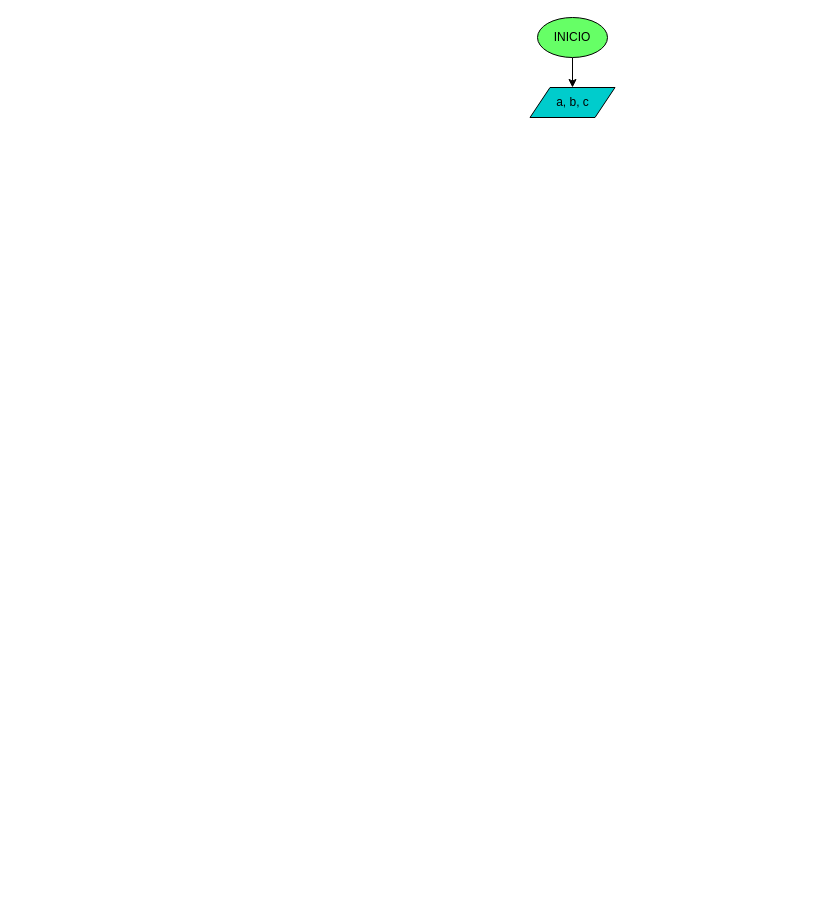
Before: diagrama.drawio in sistemas-colegio-guanenta/quiz-condicionales-3ngela27, a draw.io diagram. Source tidied: cells renumbered, new cells numbered last; positions are measured from the earlier drawing's top-left corner, leaving out a move shared by most shapes. Both pictures are drawn from the tidied source at 100%, with x=0, y=0 at pixel (529, 17).
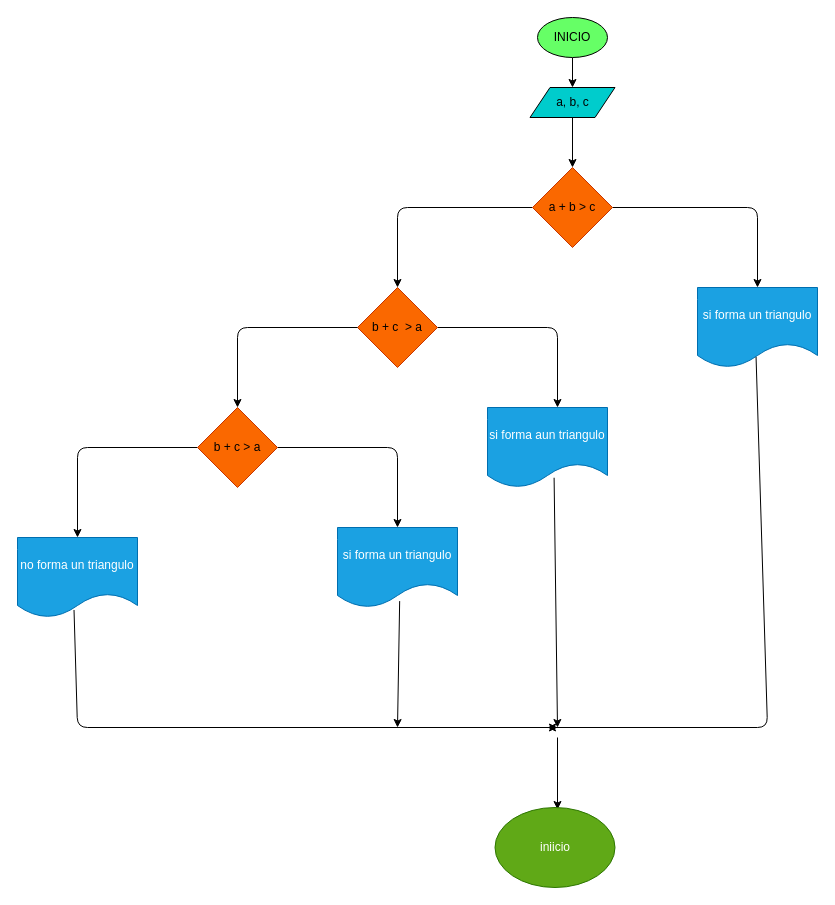
Above is the later version.

Unchanged cells that the change refers to:
```xml
<mxCell id="4" value="a, b, c" style="shape=parallelogram;perimeter=parallelogramPerimeter;whiteSpace=wrap;html=1;fixedSize=1;fillColor=#00CCCC;" parent="1" vertex="1">
  <mxGeometry x="0.5" y="70" width="85" height="30" as="geometry" />
</mxCell>
```

What changed in the source:
```diff
@@
+    <mxCell id="5" style="endArrow=classic;html=1;exitX=0.5;exitY=1;exitDx=0;exitDy=0;" parent="1" edge="1" source="4">
+      <mxGeometry relative="1" as="geometry">
+        <mxPoint x="43" y="150" as="targetPoint" />
+      </mxGeometry>
+    </mxCell>
+    <mxCell id="6" style="edgeStyle=none;html=1;exitX=0;exitY=0.5;exitDx=0;exitDy=0;" parent="1" edge="1" source="8">
+      <mxGeometry relative="1" as="geometry">
+        <mxPoint x="-132" y="270" as="targetPoint" />
+        <Array as="points">
+          <mxPoint x="-132" y="190" />
+        </Array>
+      </mxGeometry>
+    </mxCell>
+    <mxCell id="7" style="edgeStyle=none;html=1;exitX=1;exitY=0.5;exitDx=0;exitDy=0;" parent="1" edge="1" source="8">
+      <mxGeometry relative="1" as="geometry">
+        <mxPoint x="228" y="270" as="targetPoint" />
+        <Array as="points">
+          <mxPoint x="228" y="190" />
+        </Array>
+      </mxGeometry>
+    </mxCell>
+    <mxCell id="8" value="a + b &amp;gt; c" style="rhombus;whiteSpace=wrap;html=1;fillColor=#fa6800;fontColor=#000000;strokeColor=#C73500;" parent="1" vertex="1">
+      <mxGeometry x="3" y="150" width="80" height="80" as="geometry" />
+    </mxCell>
+    <mxCell id="9" value="si forma un triangulo" style="shape=document;whiteSpace=wrap;html=1;boundedLbl=1;fillColor=#1ba1e2;fontColor=#ffffff;strokeColor=#006EAF;" parent="1" vertex="1">
+      <mxGeometry x="168" y="270" width="120" height="80" as="geometry" />
+    </mxCell>
+    <mxCell id="10" style="edgeStyle=none;html=1;exitX=1;exitY=0.5;exitDx=0;exitDy=0;" parent="1" edge="1" source="11">
+      <mxGeometry relative="1" as="geometry">
+        <mxPoint x="28" y="390" as="targetPoint" />
+        <Array as="points">
+          <mxPoint x="28" y="310" />
+        </Array>
+      </mxGeometry>
+    </mxCell>
+    <mxCell id="11" value="b + c&amp;nbsp; &amp;gt; a" style="rhombus;whiteSpace=wrap;html=1;fillColor=#fa6800;fontColor=#000000;strokeColor=#C73500;" parent="1" vertex="1">
+      <mxGeometry x="-172" y="270" width="80" height="80" as="geometry" />
+    </mxCell>
+    <mxCell id="12" style="edgeStyle=none;html=1;exitX=0;exitY=0.5;exitDx=0;exitDy=0;" parent="1" edge="1">
+      <mxGeometry relative="1" as="geometry">
+        <mxPoint x="-172" y="310" as="sourcePoint" />
+        <mxPoint x="-292" y="390" as="targetPoint" />
+        <Array as="points">
+          <mxPoint x="-292" y="310" />
+        </Array>
+      </mxGeometry>
+    </mxCell>
+    <mxCell id="13" value="si forma aun triangulo" style="shape=document;whiteSpace=wrap;html=1;boundedLbl=1;fillColor=#1ba1e2;fontColor=#ffffff;strokeColor=#006EAF;" parent="1" vertex="1">
+      <mxGeometry x="-42" y="390" width="120" height="80" as="geometry" />
+    </mxCell>
+    <mxCell id="14" style="endArrow=classic;html=1;exitX=0.488;exitY=0.867;exitDx=0;exitDy=0;exitPerimeter=0;" parent="1" edge="1" source="9">
+      <mxGeometry relative="1" as="geometry">
+        <mxPoint x="18" y="710" as="targetPoint" />
+        <Array as="points">
+          <mxPoint x="238" y="710" />
+        </Array>
+      </mxGeometry>
+    </mxCell>
+    <mxCell id="15" style="edgeStyle=none;html=1;exitX=0;exitY=0.5;exitDx=0;exitDy=0;" parent="1" edge="1" source="17">
+      <mxGeometry relative="1" as="geometry">
+        <mxPoint x="-452" y="520" as="targetPoint" />
+        <Array as="points">
+          <mxPoint x="-452" y="430" />
+        </Array>
+      </mxGeometry>
+    </mxCell>
+    <mxCell id="16" style="edgeStyle=none;html=1;exitX=1;exitY=0.5;exitDx=0;exitDy=0;" parent="1" edge="1" source="17">
+      <mxGeometry relative="1" as="geometry">
+        <mxPoint x="-132" y="510" as="targetPoint" />
+        <Array as="points">
+          <mxPoint x="-132" y="430" />
+        </Array>
+      </mxGeometry>
+    </mxCell>
+    <mxCell id="17" value="b + c &amp;gt; a" style="rhombus;whiteSpace=wrap;html=1;fillColor=#fa6800;fontColor=#000000;strokeColor=#C73500;" parent="1" vertex="1">
+      <mxGeometry x="-332" y="390" width="80" height="80" as="geometry" />
+    </mxCell>
+    <mxCell id="18" value="no forma un triangulo" style="shape=document;whiteSpace=wrap;html=1;boundedLbl=1;fillColor=#1ba1e2;fontColor=#ffffff;strokeColor=#006EAF;" parent="1" vertex="1">
+      <mxGeometry x="-512" y="520" width="120" height="80" as="geometry" />
+    </mxCell>
+    <mxCell id="19" value="si forma un triangulo" style="shape=document;whiteSpace=wrap;html=1;boundedLbl=1;fillColor=#1ba1e2;fontColor=#ffffff;strokeColor=#006EAF;" parent="1" vertex="1">
+      <mxGeometry x="-192" y="510" width="120" height="80" as="geometry" />
+    </mxCell>
+    <mxCell id="20" style="endArrow=classic;html=1;exitX=0.518;exitY=0.92;exitDx=0;exitDy=0;exitPerimeter=0;" parent="1" edge="1" source="19">
+      <mxGeometry relative="1" as="geometry">
+        <mxPoint x="-132" y="710" as="targetPoint" />
+      </mxGeometry>
+    </mxCell>
+    <mxCell id="21" style="endArrow=classic;html=1;exitX=0.471;exitY=0.906;exitDx=0;exitDy=0;exitPerimeter=0;" parent="1" edge="1" source="18">
+      <mxGeometry relative="1" as="geometry">
+        <mxPoint x="28" y="710" as="targetPoint" />
+        <Array as="points">
+          <mxPoint x="-452" y="710" />
+        </Array>
+      </mxGeometry>
+    </mxCell>
+    <mxCell id="22" style="endArrow=classic;html=1;exitX=0.555;exitY=0.878;exitDx=0;exitDy=0;exitPerimeter=0;" parent="1" edge="1" source="13">
+      <mxGeometry relative="1" as="geometry">
+        <mxPoint x="28" y="710" as="targetPoint" />
+      </mxGeometry>
+    </mxCell>
+    <mxCell id="23" style="endArrow=classic;html=1;" parent="1" edge="1">
+      <mxGeometry relative="1" as="geometry">
+        <mxPoint x="28" y="720" as="sourcePoint" />
+        <mxPoint x="28" y="792" as="targetPoint" />
+      </mxGeometry>
+    </mxCell>
+    <mxCell id="24" value="iniicio" style="ellipse;whiteSpace=wrap;html=1;fillColor=#60a917;fontColor=#ffffff;strokeColor=#2D7600;" parent="1" vertex="1">
+      <mxGeometry x="-34.5" y="790" width="120" height="80" as="geometry" />
+    </mxCell>
```
